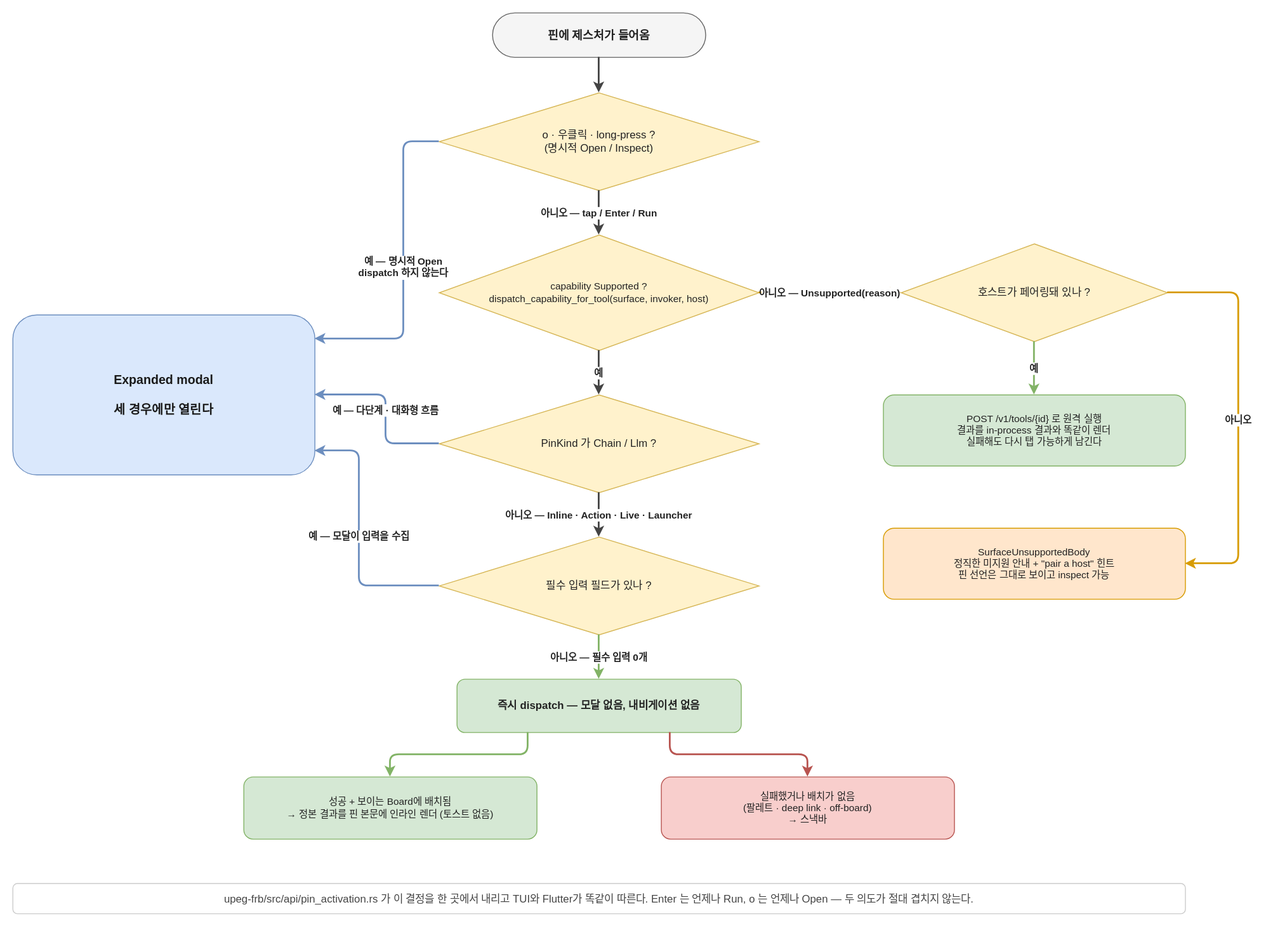
Earlier version of the draw.io export docs/diagrams/pin-activation.drawio.svg (5pecia1/UPeg). Source tidied: cells renumbered, new cells last; positions are measured from the earlier drawing's top-left corner, leaving out a move shared by most shapes.
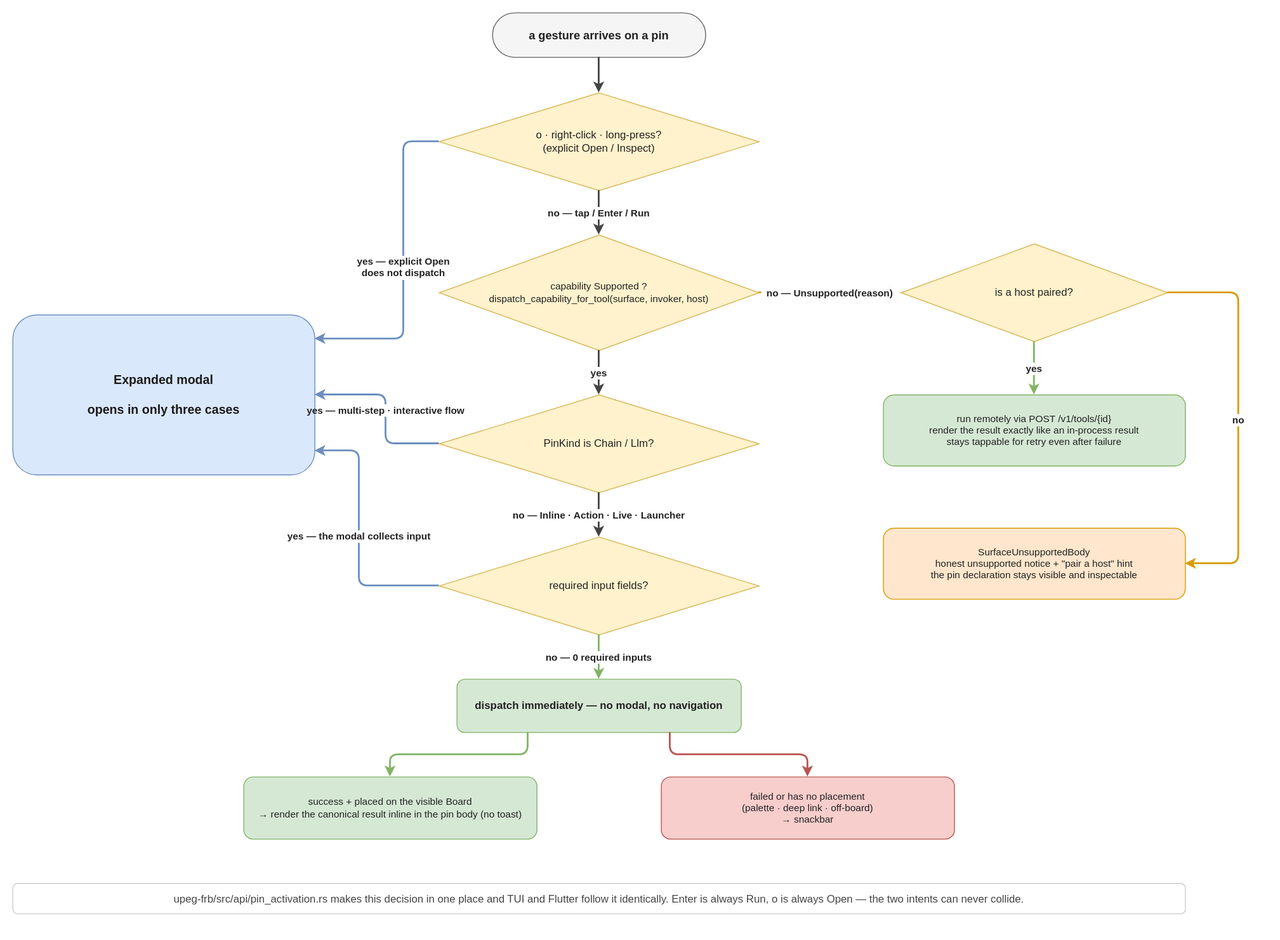
The same file after the commit.

The edit, as a diff of the source:
```diff
@@ -2,46 +2,46 @@
   <root>
     <mxCell id="0" />
     <mxCell id="1" parent="0" />
-    <mxCell id="2" value="핀에 제스처가 들어옴" style="rounded=1;arcSize=50;whiteSpace=wrap;html=0;fillColor=#f5f5f5;strokeColor=#666666;fontColor=#222222;fontSize=13;fontStyle=1;" parent="1" vertex="1">
+    <mxCell id="2" value="a gesture arrives on a pin" style="rounded=1;arcSize=50;whiteSpace=wrap;html=0;fillColor=#f5f5f5;strokeColor=#666666;fontColor=#222222;fontSize=13;fontStyle=1;" parent="1" vertex="1">
       <mxGeometry x="540" width="240" height="50" as="geometry" />
     </mxCell>
-    <mxCell id="3" value="o · 우클릭 · long-press ?&#10;(명시적 Open / Inspect)" style="rhombus;whiteSpace=wrap;html=0;fillColor=#fff2cc;strokeColor=#d6b656;fontColor=#222222;fontSize=12;" parent="1" vertex="1">
+    <mxCell id="3" value="o · right-click · long-press?&#10;(explicit Open / Inspect)" style="rhombus;whiteSpace=wrap;html=0;fillColor=#fff2cc;strokeColor=#d6b656;fontColor=#222222;fontSize=12;" parent="1" vertex="1">
       <mxGeometry x="480" y="90" width="360" height="110" as="geometry" />
     </mxCell>
     <mxCell id="4" value="capability Supported ?&#10;dispatch_capability_for_tool(surface, invoker, host)" style="rhombus;whiteSpace=wrap;html=0;fillColor=#fff2cc;strokeColor=#d6b656;fontColor=#222222;fontSize=11;" parent="1" vertex="1">
       <mxGeometry x="480" y="250" width="360" height="130" as="geometry" />
     </mxCell>
-    <mxCell id="5" value="PinKind 가 Chain / Llm ?" style="rhombus;whiteSpace=wrap;html=0;fillColor=#fff2cc;strokeColor=#d6b656;fontColor=#222222;fontSize=12;" parent="1" vertex="1">
+    <mxCell id="5" value="PinKind is Chain / Llm?" style="rhombus;whiteSpace=wrap;html=0;fillColor=#fff2cc;strokeColor=#d6b656;fontColor=#222222;fontSize=12;" parent="1" vertex="1">
       <mxGeometry x="480" y="430" width="360" height="110" as="geometry" />
     </mxCell>
-    <mxCell id="6" value="필수 입력 필드가 있나 ?" style="rhombus;whiteSpace=wrap;html=0;fillColor=#fff2cc;strokeColor=#d6b656;fontColor=#222222;fontSize=12;" parent="1" vertex="1">
+    <mxCell id="6" value="required input fields?" style="rhombus;whiteSpace=wrap;html=0;fillColor=#fff2cc;strokeColor=#d6b656;fontColor=#222222;fontSize=12;" parent="1" vertex="1">
       <mxGeometry x="480" y="590" width="360" height="110" as="geometry" />
     </mxCell>
-    <mxCell id="7" value="즉시 dispatch — 모달 없음, 내비게이션 없음" style="rounded=1;whiteSpace=wrap;html=0;fillColor=#d5e8d4;strokeColor=#82b366;fontColor=#222222;fontSize=12;fontStyle=1;" parent="1" vertex="1">
+    <mxCell id="7" value="dispatch immediately — no modal, no navigation" style="rounded=1;whiteSpace=wrap;html=0;fillColor=#d5e8d4;strokeColor=#82b366;fontColor=#222222;fontSize=12;fontStyle=1;" parent="1" vertex="1">
       <mxGeometry x="500" y="750" width="320" height="60" as="geometry" />
     </mxCell>
-    <mxCell id="8" value="성공 + 보이는 Board에 배치됨&#10;→ 정본 결과를 핀 본문에 인라인 렌더 (토스트 없음)" style="rounded=1;whiteSpace=wrap;html=0;fillColor=#d5e8d4;strokeColor=#82b366;fontColor=#222222;fontSize=11;" parent="1" vertex="1">
+    <mxCell id="8" value="success + placed on the visible Board&#10;→ render the canonical result inline in the pin body (no toast)" style="rounded=1;whiteSpace=wrap;html=0;fillColor=#d5e8d4;strokeColor=#82b366;fontColor=#222222;fontSize=11;" parent="1" vertex="1">
       <mxGeometry x="260" y="860" width="330" height="70" as="geometry" />
     </mxCell>
-    <mxCell id="9" value="실패했거나 배치가 없음&#10;(팔레트 · deep link · off-board)&#10;→ 스낵바" style="rounded=1;whiteSpace=wrap;html=0;fillColor=#f8cecc;strokeColor=#b85450;fontColor=#222222;fontSize=11;" parent="1" vertex="1">
+    <mxCell id="9" value="failed or has no placement&#10;(palette · deep link · off-board)&#10;→ snackbar" style="rounded=1;whiteSpace=wrap;html=0;fillColor=#f8cecc;strokeColor=#b85450;fontColor=#222222;fontSize=11;" parent="1" vertex="1">
       <mxGeometry x="730" y="860" width="330" height="70" as="geometry" />
     </mxCell>
-    <mxCell id="10" value="Expanded modal&#10;&#10;세 경우에만 열린다" style="rounded=1;whiteSpace=wrap;html=0;fillColor=#dae8fc;strokeColor=#6c8ebf;fontColor=#1a1a1a;fontSize=14;fontStyle=1;verticalAlign=middle;" parent="1" vertex="1">
+    <mxCell id="10" value="Expanded modal&#10;&#10;opens in only three cases" style="rounded=1;whiteSpace=wrap;html=0;fillColor=#dae8fc;strokeColor=#6c8ebf;fontColor=#1a1a1a;fontSize=14;fontStyle=1;verticalAlign=middle;" parent="1" vertex="1">
       <mxGeometry y="340" width="340" height="180" as="geometry" />
     </mxCell>
-    <mxCell id="11" value="호스트가 페어링돼 있나 ?" style="rhombus;whiteSpace=wrap;html=0;fillColor=#fff2cc;strokeColor=#d6b656;fontColor=#222222;fontSize=12;" parent="1" vertex="1">
+    <mxCell id="11" value="is a host paired?" style="rhombus;whiteSpace=wrap;html=0;fillColor=#fff2cc;strokeColor=#d6b656;fontColor=#222222;fontSize=12;" parent="1" vertex="1">
       <mxGeometry x="1000" y="260" width="300" height="110" as="geometry" />
     </mxCell>
-    <mxCell id="12" value="POST /v1/tools/{id} 로 원격 실행&#10;결과를 in-process 결과와 똑같이 렌더&#10;실패해도 다시 탭 가능하게 남긴다" style="rounded=1;whiteSpace=wrap;html=0;fillColor=#d5e8d4;strokeColor=#82b366;fontColor=#222222;fontSize=11;" parent="1" vertex="1">
+    <mxCell id="12" value="run remotely via POST /v1/tools/{id}&#10;render the result exactly like an in-process result&#10;stays tappable for retry even after failure" style="rounded=1;whiteSpace=wrap;html=0;fillColor=#d5e8d4;strokeColor=#82b366;fontColor=#222222;fontSize=11;" parent="1" vertex="1">
       <mxGeometry x="980" y="430" width="340" height="80" as="geometry" />
     </mxCell>
-    <mxCell id="13" value="SurfaceUnsupportedBody&#10;정직한 미지원 안내 + &quot;pair a host&quot; 힌트&#10;핀 선언은 그대로 보이고 inspect 가능" style="rounded=1;whiteSpace=wrap;html=0;fillColor=#ffe6cc;strokeColor=#d79b00;fontColor=#222222;fontSize=11;" parent="1" vertex="1">
+    <mxCell id="13" value="SurfaceUnsupportedBody&#10;honest unsupported notice + &quot;pair a host&quot; hint&#10;the pin declaration stays visible and inspectable" style="rounded=1;whiteSpace=wrap;html=0;fillColor=#ffe6cc;strokeColor=#d79b00;fontColor=#222222;fontSize=11;" parent="1" vertex="1">
       <mxGeometry x="980" y="580" width="340" height="80" as="geometry" />
     </mxCell>
     <mxCell id="14" style="edgeStyle=orthogonalEdgeStyle;rounded=1;jettySize=auto;html=0;strokeColor=#444444;strokeWidth=2;exitX=0.5;exitY=1;exitDx=0;exitDy=0;entryX=0.5;entryY=0;entryDx=0;entryDy=0;" parent="1" edge="1" source="2" target="3">
       <mxGeometry relative="1" as="geometry" />
     </mxCell>
-    <mxCell id="15" value="예 — 명시적 Open&#10;dispatch 하지 않는다" style="edgeStyle=orthogonalEdgeStyle;rounded=1;jettySize=auto;html=0;strokeColor=#6c8ebf;strokeWidth=2;fontColor=#222222;fontSize=11;fontStyle=1;labelBackgroundColor=#ffffff;exitX=0;exitY=0.5;exitDx=0;exitDy=0;entryX=1;entryY=0.15;entryDx=0;entryDy=0;" parent="1" edge="1" source="3" target="10">
+    <mxCell id="15" value="yes — explicit Open&#10;does not dispatch" style="edgeStyle=orthogonalEdgeStyle;rounded=1;jettySize=auto;html=0;strokeColor=#6c8ebf;strokeWidth=2;fontColor=#222222;fontSize=11;fontStyle=1;labelBackgroundColor=#ffffff;exitX=0;exitY=0.5;exitDx=0;exitDy=0;entryX=1;entryY=0.15;entryDx=0;entryDy=0;" parent="1" edge="1" source="3" target="10">
       <mxGeometry relative="1" as="geometry">
         <Array as="points">
           <mxPoint x="440" y="145" />
@@ -49,16 +49,16 @@
         </Array>
       </mxGeometry>
     </mxCell>
-    <mxCell id="16" value="아니오 — tap / Enter / Run" style="edgeStyle=orthogonalEdgeStyle;rounded=1;jettySize=auto;html=0;strokeColor=#444444;strokeWidth=2;fontColor=#222222;fontSize=11;fontStyle=1;labelBackgroundColor=#ffffff;exitX=0.5;exitY=1;exitDx=0;exitDy=0;entryX=0.5;entryY=0;entryDx=0;entryDy=0;" parent="1" edge="1" source="3" target="4">
+    <mxCell id="16" value="no — tap / Enter / Run" style="edgeStyle=orthogonalEdgeStyle;rounded=1;jettySize=auto;html=0;strokeColor=#444444;strokeWidth=2;fontColor=#222222;fontSize=11;fontStyle=1;labelBackgroundColor=#ffffff;exitX=0.5;exitY=1;exitDx=0;exitDy=0;entryX=0.5;entryY=0;entryDx=0;entryDy=0;" parent="1" edge="1" source="3" target="4">
       <mxGeometry relative="1" as="geometry" />
     </mxCell>
-    <mxCell id="17" value="아니오 — Unsupported(reason)" style="edgeStyle=orthogonalEdgeStyle;rounded=1;jettySize=auto;html=0;strokeColor=#d79b00;strokeWidth=2;fontColor=#222222;fontSize=11;fontStyle=1;labelBackgroundColor=#ffffff;exitX=1;exitY=0.5;exitDx=0;exitDy=0;entryX=0;entryY=0.5;entryDx=0;entryDy=0;" parent="1" edge="1" source="4" target="11">
+    <mxCell id="17" value="no — Unsupported(reason)" style="edgeStyle=orthogonalEdgeStyle;rounded=1;jettySize=auto;html=0;strokeColor=#d79b00;strokeWidth=2;fontColor=#222222;fontSize=11;fontStyle=1;labelBackgroundColor=#ffffff;exitX=1;exitY=0.5;exitDx=0;exitDy=0;entryX=0;entryY=0.5;entryDx=0;entryDy=0;" parent="1" edge="1" source="4" target="11">
       <mxGeometry relative="1" as="geometry" />
     </mxCell>
-    <mxCell id="18" value="예" style="edgeStyle=orthogonalEdgeStyle;rounded=1;jettySize=auto;html=0;strokeColor=#82b366;strokeWidth=2;fontColor=#222222;fontSize=11;fontStyle=1;labelBackgroundColor=#ffffff;exitX=0.5;exitY=1;exitDx=0;exitDy=0;entryX=0.5;entryY=0;entryDx=0;entryDy=0;" parent="1" edge="1" source="11" target="12">
+    <mxCell id="18" value="yes" style="edgeStyle=orthogonalEdgeStyle;rounded=1;jettySize=auto;html=0;strokeColor=#82b366;strokeWidth=2;fontColor=#222222;fontSize=11;fontStyle=1;labelBackgroundColor=#ffffff;exitX=0.5;exitY=1;exitDx=0;exitDy=0;entryX=0.5;entryY=0;entryDx=0;entryDy=0;" parent="1" edge="1" source="11" target="12">
       <mxGeometry relative="1" as="geometry" />
     </mxCell>
-    <mxCell id="19" value="아니오" style="edgeStyle=orthogonalEdgeStyle;rounded=1;jettySize=auto;html=0;strokeColor=#d79b00;strokeWidth=2;fontColor=#222222;fontSize=11;fontStyle=1;labelBackgroundColor=#ffffff;exitX=1;exitY=0.5;exitDx=0;exitDy=0;entryX=1;entryY=0.5;entryDx=0;entryDy=0;" parent="1" edge="1" source="11" target="13">
+    <mxCell id="19" value="no" style="edgeStyle=orthogonalEdgeStyle;rounded=1;jettySize=auto;html=0;strokeColor=#d79b00;strokeWidth=2;fontColor=#222222;fontSize=11;fontStyle=1;labelBackgroundColor=#ffffff;exitX=1;exitY=0.5;exitDx=0;exitDy=0;entryX=1;entryY=0.5;entryDx=0;entryDy=0;" parent="1" edge="1" source="11" target="13">
       <mxGeometry relative="1" as="geometry">
         <Array as="points">
           <mxPoint x="1380" y="315" />
@@ -66,10 +66,10 @@
         </Array>
       </mxGeometry>
     </mxCell>
-    <mxCell id="20" value="예" style="edgeStyle=orthogonalEdgeStyle;rounded=1;jettySize=auto;html=0;strokeColor=#444444;strokeWidth=2;fontColor=#222222;fontSize=11;fontStyle=1;labelBackgroundColor=#ffffff;exitX=0.5;exitY=1;exitDx=0;exitDy=0;entryX=0.5;entryY=0;entryDx=0;entryDy=0;" parent="1" edge="1" source="4" target="5">
+    <mxCell id="20" value="yes" style="edgeStyle=orthogonalEdgeStyle;rounded=1;jettySize=auto;html=0;strokeColor=#444444;strokeWidth=2;fontColor=#222222;fontSize=11;fontStyle=1;labelBackgroundColor=#ffffff;exitX=0.5;exitY=1;exitDx=0;exitDy=0;entryX=0.5;entryY=0;entryDx=0;entryDy=0;" parent="1" edge="1" source="4" target="5">
       <mxGeometry relative="1" as="geometry" />
     </mxCell>
-    <mxCell id="21" value="예 — 다단계 · 대화형 흐름" style="edgeStyle=orthogonalEdgeStyle;rounded=1;jettySize=auto;html=0;strokeColor=#6c8ebf;strokeWidth=2;fontColor=#222222;fontSize=11;fontStyle=1;labelBackgroundColor=#ffffff;exitX=0;exitY=0.5;exitDx=0;exitDy=0;entryX=1;entryY=0.5;entryDx=0;entryDy=0;" parent="1" edge="1" source="5" target="10">
+    <mxCell id="21" value="yes — multi-step · interactive flow" style="edgeStyle=orthogonalEdgeStyle;rounded=1;jettySize=auto;html=0;strokeColor=#6c8ebf;strokeWidth=2;fontColor=#222222;fontSize=11;fontStyle=1;labelBackgroundColor=#ffffff;exitX=0;exitY=0.5;exitDx=0;exitDy=0;entryX=1;entryY=0.5;entryDx=0;entryDy=0;" parent="1" edge="1" source="5" target="10">
       <mxGeometry relative="1" as="geometry">
         <Array as="points">
           <mxPoint x="420" y="485" />
@@ -77,10 +77,10 @@
         </Array>
       </mxGeometry>
     </mxCell>
-    <mxCell id="22" value="아니오 — Inline · Action · Live · Launcher" style="edgeStyle=orthogonalEdgeStyle;rounded=1;jettySize=auto;html=0;strokeColor=#444444;strokeWidth=2;fontColor=#222222;fontSize=11;fontStyle=1;labelBackgroundColor=#ffffff;exitX=0.5;exitY=1;exitDx=0;exitDy=0;entryX=0.5;entryY=0;entryDx=0;entryDy=0;" parent="1" edge="1" source="5" target="6">
+    <mxCell id="22" value="no — Inline · Action · Live · Launcher" style="edgeStyle=orthogonalEdgeStyle;rounded=1;jettySize=auto;html=0;strokeColor=#444444;strokeWidth=2;fontColor=#222222;fontSize=11;fontStyle=1;labelBackgroundColor=#ffffff;exitX=0.5;exitY=1;exitDx=0;exitDy=0;entryX=0.5;entryY=0;entryDx=0;entryDy=0;" parent="1" edge="1" source="5" target="6">
       <mxGeometry relative="1" as="geometry" />
     </mxCell>
-    <mxCell id="23" value="예 — 모달이 입력을 수집" style="edgeStyle=orthogonalEdgeStyle;rounded=1;jettySize=auto;html=0;strokeColor=#6c8ebf;strokeWidth=2;fontColor=#222222;fontSize=11;fontStyle=1;labelBackgroundColor=#ffffff;exitX=0;exitY=0.5;exitDx=0;exitDy=0;entryX=1;entryY=0.85;entryDx=0;entryDy=0;" parent="1" edge="1" source="6" target="10">
+    <mxCell id="23" value="yes — the modal collects input" style="edgeStyle=orthogonalEdgeStyle;rounded=1;jettySize=auto;html=0;strokeColor=#6c8ebf;strokeWidth=2;fontColor=#222222;fontSize=11;fontStyle=1;labelBackgroundColor=#ffffff;exitX=0;exitY=0.5;exitDx=0;exitDy=0;entryX=1;entryY=0.85;entryDx=0;entryDy=0;" parent="1" edge="1" source="6" target="10">
       <mxGeometry relative="1" as="geometry">
         <Array as="points">
           <mxPoint x="390" y="645" />
@@ -88,7 +88,7 @@
         </Array>
       </mxGeometry>
     </mxCell>
-    <mxCell id="24" value="아니오 — 필수 입력 0개" style="edgeStyle=orthogonalEdgeStyle;rounded=1;jettySize=auto;html=0;strokeColor=#82b366;strokeWidth=2;fontColor=#222222;fontSize=11;fontStyle=1;labelBackgroundColor=#ffffff;exitX=0.5;exitY=1;exitDx=0;exitDy=0;entryX=0.5;entryY=0;entryDx=0;entryDy=0;" parent="1" edge="1" source="6" target="7">
+    <mxCell id="24" value="no — 0 required inputs" style="edgeStyle=orthogonalEdgeStyle;rounded=1;jettySize=auto;html=0;strokeColor=#82b366;strokeWidth=2;fontColor=#222222;fontSize=11;fontStyle=1;labelBackgroundColor=#ffffff;exitX=0.5;exitY=1;exitDx=0;exitDy=0;entryX=0.5;entryY=0;entryDx=0;entryDy=0;" parent="1" edge="1" source="6" target="7">
       <mxGeometry relative="1" as="geometry" />
     </mxCell>
     <mxCell id="25" style="edgeStyle=orthogonalEdgeStyle;rounded=1;jettySize=auto;html=0;strokeColor=#82b366;strokeWidth=2;exitX=0.25;exitY=1;exitDx=0;exitDy=0;entryX=0.5;entryY=0;entryDx=0;entryDy=0;" parent="1" edge="1" source="7" target="8">
@@ -97,7 +97,7 @@
     <mxCell id="26" style="edgeStyle=orthogonalEdgeStyle;rounded=1;jettySize=auto;html=0;strokeColor=#b85450;strokeWidth=2;exitX=0.75;exitY=1;exitDx=0;exitDy=0;entryX=0.5;entryY=0;entryDx=0;entryDy=0;" parent="1" edge="1" source="7" target="9">
       <mxGeometry relative="1" as="geometry" />
     </mxCell>
-    <mxCell id="27" value="upeg-frb/src/api/pin_activation.rs 가 이 결정을 한 곳에서 내리고 TUI와 Flutter가 똑같이 따른다. Enter 는 언제나 Run, o 는 언제나 Open — 두 의도가 절대 겹치지 않는다." style="text;html=0;align=center;verticalAlign=middle;fillColor=#ffffff;strokeColor=#cccccc;rounded=1;fontColor=#444444;fontSize=12;" parent="1" vertex="1">
+    <mxCell id="27" value="upeg-frb/src/api/pin_activation.rs makes this decision in one place and TUI and Flutter follow it identically. Enter is always Run, o is always Open — the two intents can never collide." style="text;html=0;align=center;verticalAlign=middle;fillColor=#ffffff;strokeColor=#cccccc;rounded=1;fontColor=#444444;fontSize=12;" parent="1" vertex="1">
       <mxGeometry y="980" width="1320" height="34" as="geometry" />
     </mxCell>
   </root>
```
